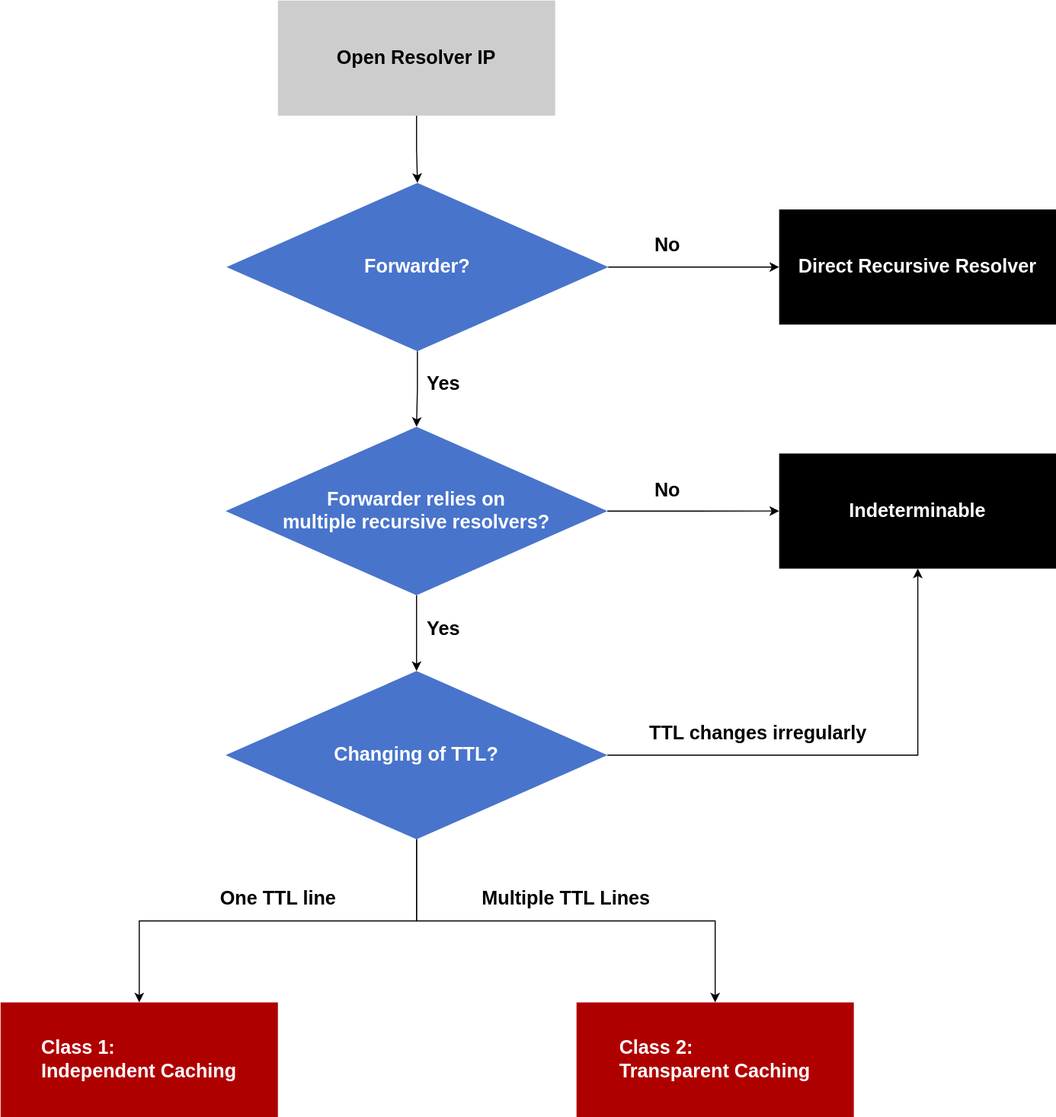
Above: 流程图.svg in pythontha/Forwarder-cache (draw.io), before the change. Source tidied: cells renumbered, new cells last; positions are measured from the earlier drawing's top-left corner, leaving out a move shared by most shapes.
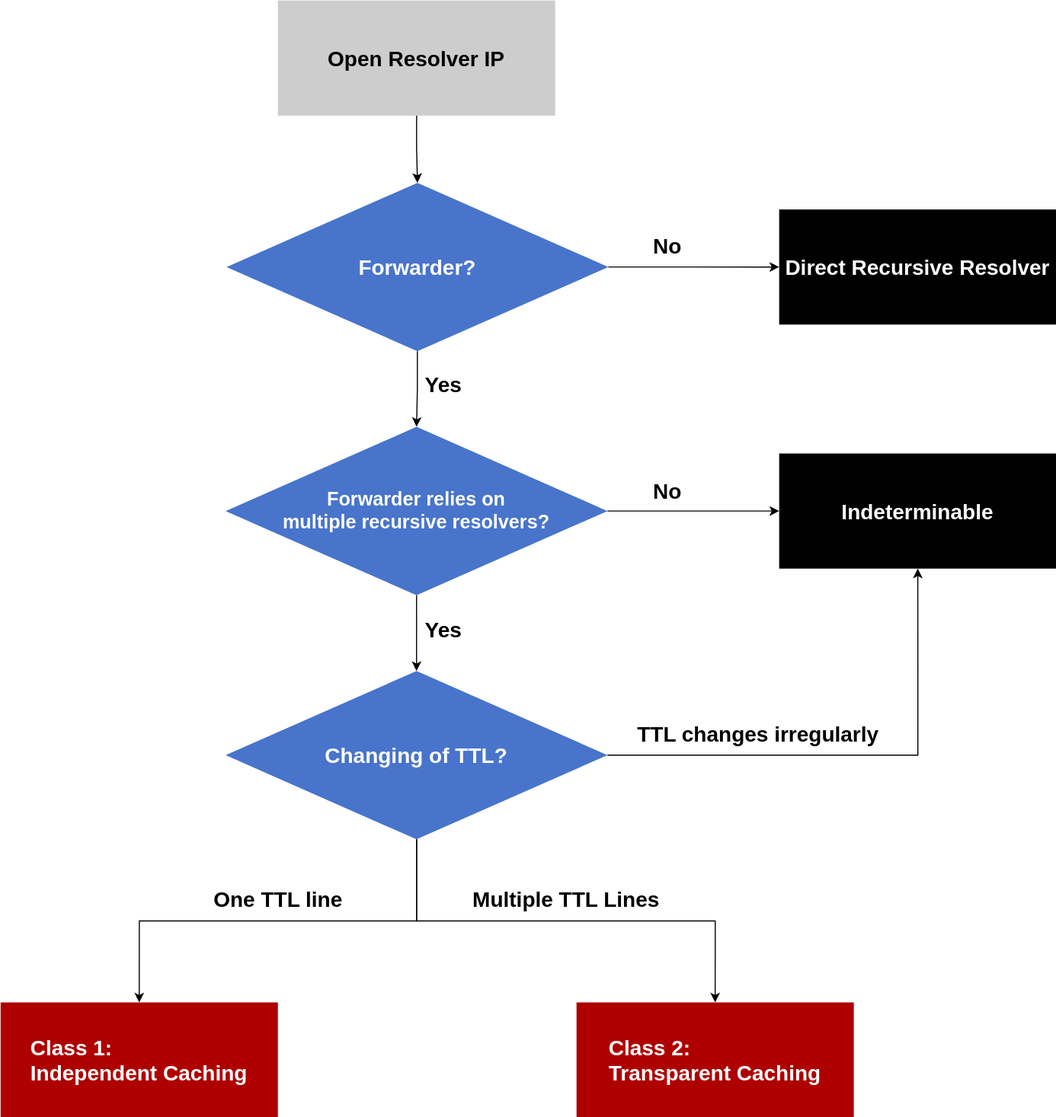
After the commit.

Commit message:
更新流程图.svg

The edit, as a diff of the source:
```diff
@@ -5,7 +5,7 @@
     <mxCell id="2" style="edgeStyle=orthogonalEdgeStyle;rounded=0;jettySize=auto;html=1;entryX=0.5;entryY=0;entryDx=0;entryDy=0;" parent="1" edge="1" source="3" target="10">
       <mxGeometry relative="1" as="geometry" />
     </mxCell>
-    <mxCell id="3" value="&lt;font style=&quot;font-size: 18px;&quot;&gt;&lt;b&gt;Open Resolver IP&lt;/b&gt;&lt;/font&gt;" style="rounded=0;whiteSpace=wrap;html=1;fillColor=#CDCDCD;strokeColor=none;" parent="1" vertex="1">
+    <mxCell id="3" value="&lt;font style=&quot;font-size: 20px;&quot;&gt;&lt;b style=&quot;&quot;&gt;Open Resolver IP&lt;/b&gt;&lt;/font&gt;" style="rounded=0;whiteSpace=wrap;html=1;fillColor=#CDCDCD;strokeColor=none;" parent="1" vertex="1">
       <mxGeometry x="260" width="260" height="108" as="geometry" />
     </mxCell>
     <mxCell id="4" style="edgeStyle=orthogonalEdgeStyle;rounded=0;jettySize=auto;html=1;entryX=0.5;entryY=0;entryDx=0;entryDy=0;" parent="1" edge="1" source="7" target="16">
@@ -17,7 +17,7 @@
     <mxCell id="6" style="edgeStyle=orthogonalEdgeStyle;rounded=0;jettySize=auto;html=1;entryX=0.5;entryY=1;entryDx=0;entryDy=0;" parent="1" edge="1" source="7" target="20">
       <mxGeometry relative="1" as="geometry" />
     </mxCell>
-    <mxCell id="7" value="&lt;font color=&quot;#ffffff&quot;&gt;&lt;span style=&quot;font-size: 18px;&quot;&gt;&lt;b&gt;Changing of TTL?&lt;/b&gt;&lt;/span&gt;&lt;/font&gt;" style="rhombus;whiteSpace=wrap;html=1;rounded=0;strokeColor=none;fillColor=light-dark(#4874cb, #ededed);" parent="1" vertex="1">
+    <mxCell id="7" value="&lt;font style=&quot;font-size: 20px;&quot; color=&quot;#ffffff&quot;&gt;&lt;b style=&quot;&quot;&gt;Changing of TTL?&lt;/b&gt;&lt;/font&gt;" style="rhombus;whiteSpace=wrap;html=1;rounded=0;strokeColor=none;fillColor=light-dark(#4874cb, #ededed);" parent="1" vertex="1">
       <mxGeometry x="211" y="629.1" width="358" height="157.9" as="geometry" />
     </mxCell>
     <mxCell id="8" style="edgeStyle=orthogonalEdgeStyle;rounded=0;jettySize=auto;html=1;entryX=0;entryY=0.5;entryDx=0;entryDy=0;" parent="1" edge="1" source="10" target="18">
@@ -26,13 +26,13 @@
     <mxCell id="9" style="edgeStyle=orthogonalEdgeStyle;rounded=0;jettySize=auto;html=1;entryX=0.5;entryY=0;entryDx=0;entryDy=0;" parent="1" edge="1" source="10" target="15">
       <mxGeometry relative="1" as="geometry" />
     </mxCell>
-    <mxCell id="10" value="&lt;font color=&quot;#ffffff&quot;&gt;&lt;span style=&quot;font-size: 18px;&quot;&gt;&lt;b&gt;Forwarder?&lt;/b&gt;&lt;/span&gt;&lt;/font&gt;" style="rhombus;whiteSpace=wrap;html=1;rounded=0;fillColor=light-dark(#4874CB,#3A5EA4);strokeColor=none;" parent="1" vertex="1">
+    <mxCell id="10" value="&lt;font style=&quot;font-size: 20px;&quot; color=&quot;#ffffff&quot;&gt;&lt;b style=&quot;&quot;&gt;Forwarder?&lt;/b&gt;&lt;/font&gt;" style="rhombus;whiteSpace=wrap;html=1;rounded=0;fillColor=light-dark(#4874CB,#3A5EA4);strokeColor=none;" parent="1" vertex="1">
       <mxGeometry x="211.8" y="171.1" width="358" height="157.9" as="geometry" />
     </mxCell>
-    <mxCell id="11" value="&lt;font style=&quot;font-size: 18px;&quot;&gt;&lt;b&gt;Yes&lt;/b&gt;&lt;/font&gt;" style="text;html=1;align=center;verticalAlign=middle;strokeColor=none;fillColor=none;" parent="1" vertex="1">
-      <mxGeometry x="390" y="340" width="50" height="40" as="geometry" />
+    <mxCell id="11" value="&lt;font style=&quot;font-size: 20px;&quot;&gt;&lt;b style=&quot;&quot;&gt;Yes&lt;/b&gt;&lt;/font&gt;" style="text;html=1;align=center;verticalAlign=middle;strokeColor=none;fillColor=none;" parent="1" vertex="1">
+      <mxGeometry x="385" y="340" width="60" height="40" as="geometry" />
     </mxCell>
-    <mxCell id="12" value="&lt;font style=&quot;font-size: 18px;&quot;&gt;&lt;b&gt;No&lt;/b&gt;&lt;/font&gt;" style="text;html=1;align=center;verticalAlign=middle;strokeColor=none;fillColor=none;" parent="1" vertex="1">
+    <mxCell id="12" value="&lt;font style=&quot;font-size: 20px;&quot;&gt;&lt;b style=&quot;&quot;&gt;No&lt;/b&gt;&lt;/font&gt;" style="text;html=1;align=center;verticalAlign=middle;strokeColor=none;fillColor=none;" parent="1" vertex="1">
       <mxGeometry x="600" y="210" width="50" height="40" as="geometry" />
     </mxCell>
     <mxCell id="13" style="edgeStyle=orthogonalEdgeStyle;rounded=0;jettySize=auto;html=1;entryX=0.5;entryY=0;entryDx=0;entryDy=0;" parent="1" edge="1" source="15" target="7">
@@ -44,32 +44,32 @@
     <mxCell id="15" value="&lt;font color=&quot;#ffffff&quot;&gt;&lt;span style=&quot;font-size: 18px;&quot;&gt;&lt;b&gt;Forwarder relies on&lt;/b&gt;&lt;/span&gt;&lt;/font&gt;&lt;div&gt;&lt;font color=&quot;#ffffff&quot;&gt;&lt;span style=&quot;font-size: 18px;&quot;&gt;&lt;b&gt;multiple recursive resolvers?&lt;/b&gt;&lt;/span&gt;&lt;/font&gt;&lt;/div&gt;" style="rhombus;whiteSpace=wrap;html=1;rounded=0;strokeColor=none;fillColor=light-dark(#4874cb, #ededed);" parent="1" vertex="1">
       <mxGeometry x="211" y="400" width="358" height="157.9" as="geometry" />
     </mxCell>
-    <mxCell id="16" value="&lt;div style=&quot;text-align: left;&quot;&gt;&lt;span style=&quot;font-size: 18px;&quot;&gt;&lt;b&gt;&lt;font style=&quot;color: light-dark(rgb(255, 255, 255), rgb(237, 237, 237));&quot;&gt;Class 1:&lt;/font&gt;&lt;/b&gt;&lt;/span&gt;&lt;/div&gt;&lt;font color=&quot;#ffffff&quot;&gt;&lt;span style=&quot;font-size: 18px;&quot;&gt;&lt;b&gt;Independent Caching&lt;/b&gt;&lt;/span&gt;&lt;/font&gt;" style="whiteSpace=wrap;html=1;rounded=0;align=center;strokeColor=none;fillColor=light-dark(#af0000, #ededed);" parent="1" vertex="1">
+    <mxCell id="16" value="&lt;div style=&quot;text-align: left;&quot;&gt;&lt;b style=&quot;&quot;&gt;&lt;font style=&quot;color: light-dark(rgb(255, 255, 255), rgb(237, 237, 237)); font-size: 20px;&quot;&gt;Class 1:&lt;/font&gt;&lt;/b&gt;&lt;/div&gt;&lt;font style=&quot;font-size: 20px;&quot; color=&quot;#ffffff&quot;&gt;&lt;b style=&quot;&quot;&gt;Independent Caching&lt;/b&gt;&lt;/font&gt;" style="whiteSpace=wrap;html=1;rounded=0;align=center;strokeColor=none;fillColor=light-dark(#af0000, #ededed);" parent="1" vertex="1">
       <mxGeometry y="940" width="260" height="108" as="geometry" />
     </mxCell>
-    <mxCell id="17" value="&lt;font style=&quot;font-size: 18px;&quot;&gt;&lt;b&gt;Yes&lt;/b&gt;&lt;/font&gt;" style="text;html=1;align=center;verticalAlign=middle;strokeColor=none;fillColor=none;" parent="1" vertex="1">
-      <mxGeometry x="390" y="570" width="50" height="40" as="geometry" />
+    <mxCell id="17" value="&lt;font style=&quot;font-size: 20px;&quot;&gt;&lt;b style=&quot;&quot;&gt;Yes&lt;/b&gt;&lt;/font&gt;" style="text;html=1;align=center;verticalAlign=middle;strokeColor=none;fillColor=none;" parent="1" vertex="1">
+      <mxGeometry x="385" y="570" width="60" height="40" as="geometry" />
     </mxCell>
-    <mxCell id="18" value="&lt;div style=&quot;text-align: left;&quot;&gt;&lt;b style=&quot;color: light-dark(rgb(255, 255, 255), rgb(237, 237, 237)); font-size: 18px; background-color: transparent; text-align: center;&quot;&gt;Direct R&lt;/b&gt;&lt;span style=&quot;background-color: transparent; text-align: center; font-size: 18px;&quot;&gt;&lt;font color=&quot;#ffffff&quot;&gt;&lt;b&gt;ecursive Resolver&lt;/b&gt;&lt;/font&gt;&lt;/span&gt;&lt;/div&gt;" style="whiteSpace=wrap;html=1;rounded=0;strokeColor=none;fillColor=light-dark(#000000,#EDEDED);" parent="1" vertex="1">
+    <mxCell id="18" value="&lt;div style=&quot;text-align: left;&quot;&gt;&lt;font style=&quot;font-size: 20px;&quot;&gt;&lt;b style=&quot;color: light-dark(rgb(255, 255, 255), rgb(237, 237, 237)); background-color: transparent; text-align: center;&quot;&gt;Direct R&lt;/b&gt;&lt;span style=&quot;background-color: transparent; text-align: center;&quot;&gt;&lt;font color=&quot;#ffffff&quot;&gt;&lt;b style=&quot;&quot;&gt;ecursive Resolver&lt;/b&gt;&lt;/font&gt;&lt;/span&gt;&lt;/font&gt;&lt;/div&gt;" style="whiteSpace=wrap;html=1;rounded=0;strokeColor=none;fillColor=light-dark(#000000,#EDEDED);" parent="1" vertex="1">
       <mxGeometry x="730" y="196" width="260" height="108" as="geometry" />
     </mxCell>
-    <mxCell id="19" value="&lt;div style=&quot;text-align: left;&quot;&gt;&lt;font style=&quot;color: light-dark(rgb(255, 255, 255), rgb(237, 237, 237));&quot;&gt;&lt;b&gt;&lt;span style=&quot;font-size: 18px;&quot;&gt;Class 2:&lt;/span&gt;&lt;span style=&quot;font-size: 18px;&quot;&gt;&lt;/span&gt;&lt;/b&gt;&lt;/font&gt;&lt;/div&gt;&lt;span style=&quot;font-size: 18px;&quot;&gt;&lt;font style=&quot;color: light-dark(rgb(255, 255, 255), rgb(237, 237, 237));&quot;&gt;&lt;b&gt;Transparent Caching&lt;/b&gt;&lt;/font&gt;&lt;/span&gt;" style="whiteSpace=wrap;html=1;rounded=0;fillColor=light-dark(#AF0000,#EDEDED);strokeColor=none;" parent="1" vertex="1">
+    <mxCell id="19" value="&lt;div style=&quot;text-align: left;&quot;&gt;&lt;font style=&quot;color: light-dark(rgb(255, 255, 255), rgb(237, 237, 237)); font-size: 20px;&quot;&gt;&lt;b style=&quot;&quot;&gt;Class 2:&lt;/b&gt;&lt;/font&gt;&lt;/div&gt;&lt;font style=&quot;color: light-dark(rgb(255, 255, 255), rgb(237, 237, 237)); font-size: 20px;&quot;&gt;&lt;b style=&quot;&quot;&gt;Transparent Caching&lt;/b&gt;&lt;/font&gt;" style="whiteSpace=wrap;html=1;rounded=0;fillColor=light-dark(#AF0000,#EDEDED);strokeColor=none;" parent="1" vertex="1">
       <mxGeometry x="540" y="940" width="260" height="108" as="geometry" />
     </mxCell>
-    <mxCell id="20" value="&lt;div style=&quot;text-align: left;&quot;&gt;&lt;font style=&quot;background-color: transparent; text-align: center; color: rgb(255, 255, 255);&quot;&gt;&lt;span style=&quot;font-size: 18px;&quot;&gt;&lt;b&gt;Indeterminable&lt;/b&gt;&lt;/span&gt;&lt;/font&gt;&lt;/div&gt;" style="whiteSpace=wrap;html=1;rounded=0;strokeColor=none;fillColor=light-dark(#000000,#EDEDED);" parent="1" vertex="1">
+    <mxCell id="20" value="&lt;div style=&quot;text-align: left;&quot;&gt;&lt;font style=&quot;background-color: transparent; text-align: center; color: rgb(255, 255, 255); font-size: 20px;&quot;&gt;&lt;b style=&quot;&quot;&gt;Indeterminable&lt;/b&gt;&lt;/font&gt;&lt;/div&gt;" style="whiteSpace=wrap;html=1;rounded=0;strokeColor=none;fillColor=light-dark(#000000,#EDEDED);" parent="1" vertex="1">
       <mxGeometry x="730" y="425" width="260" height="108" as="geometry" />
     </mxCell>
-    <mxCell id="21" value="&lt;font style=&quot;font-size: 18px;&quot;&gt;&lt;b&gt;No&lt;/b&gt;&lt;/font&gt;" style="text;html=1;align=center;verticalAlign=middle;strokeColor=none;fillColor=none;" parent="1" vertex="1">
+    <mxCell id="21" value="&lt;font style=&quot;font-size: 20px;&quot;&gt;&lt;b style=&quot;&quot;&gt;No&lt;/b&gt;&lt;/font&gt;" style="text;html=1;align=center;verticalAlign=middle;strokeColor=none;fillColor=none;" parent="1" vertex="1">
       <mxGeometry x="600" y="440" width="50" height="40" as="geometry" />
     </mxCell>
-    <mxCell id="22" value="&lt;font style=&quot;font-size: 18px;&quot;&gt;&lt;b&gt;One TTL line&lt;/b&gt;&lt;/font&gt;" style="text;html=1;align=center;verticalAlign=middle;strokeColor=none;fillColor=none;" parent="1" vertex="1">
-      <mxGeometry x="195" y="823" width="130" height="40" as="geometry" />
+    <mxCell id="22" value="&lt;font style=&quot;font-size: 20px;&quot;&gt;&lt;b style=&quot;&quot;&gt;One TTL line&lt;/b&gt;&lt;/font&gt;" style="text;html=1;align=center;verticalAlign=middle;strokeColor=none;fillColor=none;" parent="1" vertex="1">
+      <mxGeometry x="190" y="823" width="140" height="40" as="geometry" />
     </mxCell>
-    <mxCell id="23" value="&lt;font style=&quot;font-size: 18px;&quot;&gt;&lt;b&gt;Multiple TTL Lines&lt;/b&gt;&lt;/font&gt;" style="text;html=1;align=center;verticalAlign=middle;strokeColor=none;fillColor=none;" parent="1" vertex="1">
-      <mxGeometry x="440" y="823" width="180" height="40" as="geometry" />
+    <mxCell id="23" value="&lt;font style=&quot;font-size: 20px;&quot;&gt;&lt;b style=&quot;&quot;&gt;Multiple TTL Lines&lt;/b&gt;&lt;/font&gt;" style="text;html=1;align=center;verticalAlign=middle;strokeColor=none;fillColor=none;" parent="1" vertex="1">
+      <mxGeometry x="430" y="823" width="200" height="40" as="geometry" />
     </mxCell>
-    <mxCell id="24" value="&lt;span style=&quot;font-size: 18px;&quot;&gt;&lt;b&gt;TTL changes irregularly&lt;/b&gt;&lt;/span&gt;" style="text;html=1;align=center;verticalAlign=middle;strokeColor=none;fillColor=none;" parent="1" vertex="1">
-      <mxGeometry x="595" y="668" width="230" height="40" as="geometry" />
+    <mxCell id="24" value="&lt;b style=&quot;&quot;&gt;&lt;font style=&quot;font-size: 20px;&quot;&gt;TTL changes irregularly&lt;/font&gt;&lt;/b&gt;" style="text;html=1;align=center;verticalAlign=middle;strokeColor=none;fillColor=none;" parent="1" vertex="1">
+      <mxGeometry x="585" y="668" width="250" height="40" as="geometry" />
     </mxCell>
   </root>
 </mxGraphModel>
```
